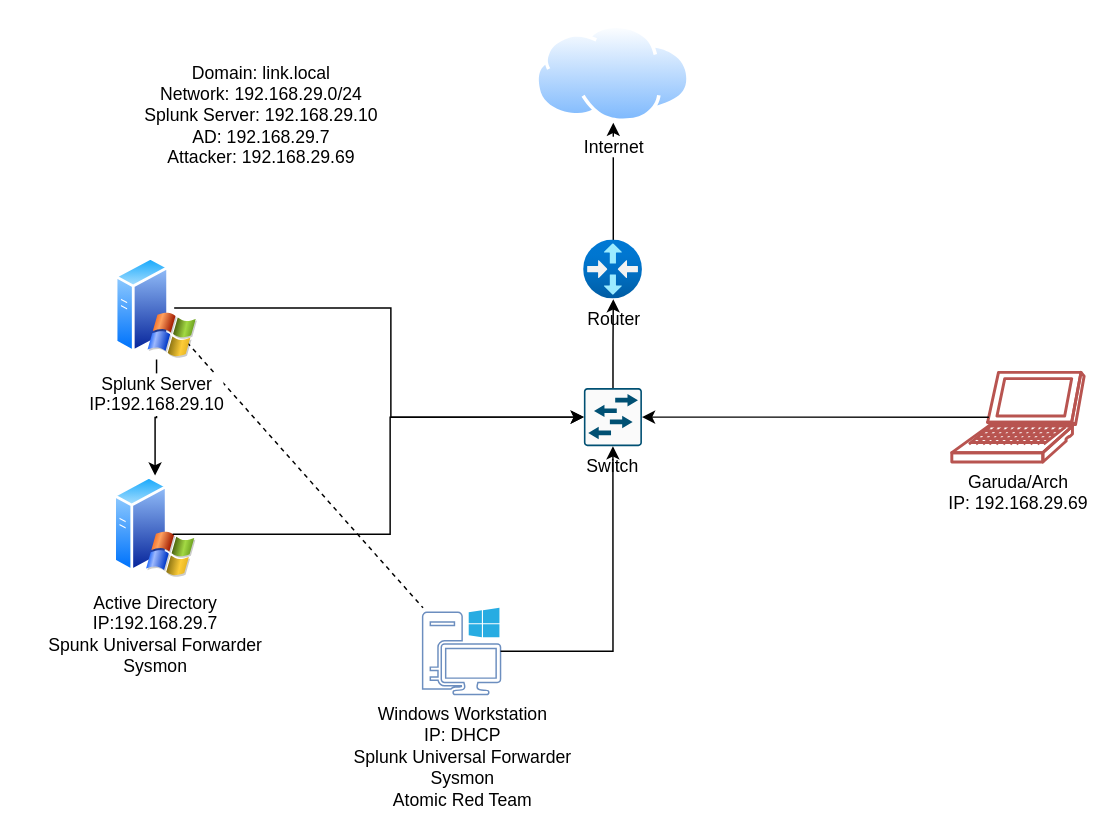
This is AD.drawio from uhtred-X/Visuals, a draw.io file, before an edit. Source tidied: cells renumbered, new cells numbered last; positions are measured from the earlier drawing's top-left corner, leaving out a move shared by most shapes. Both pictures are drawn from the tidied source at 147%, with x=0, y=0 at pixel (113, 25).
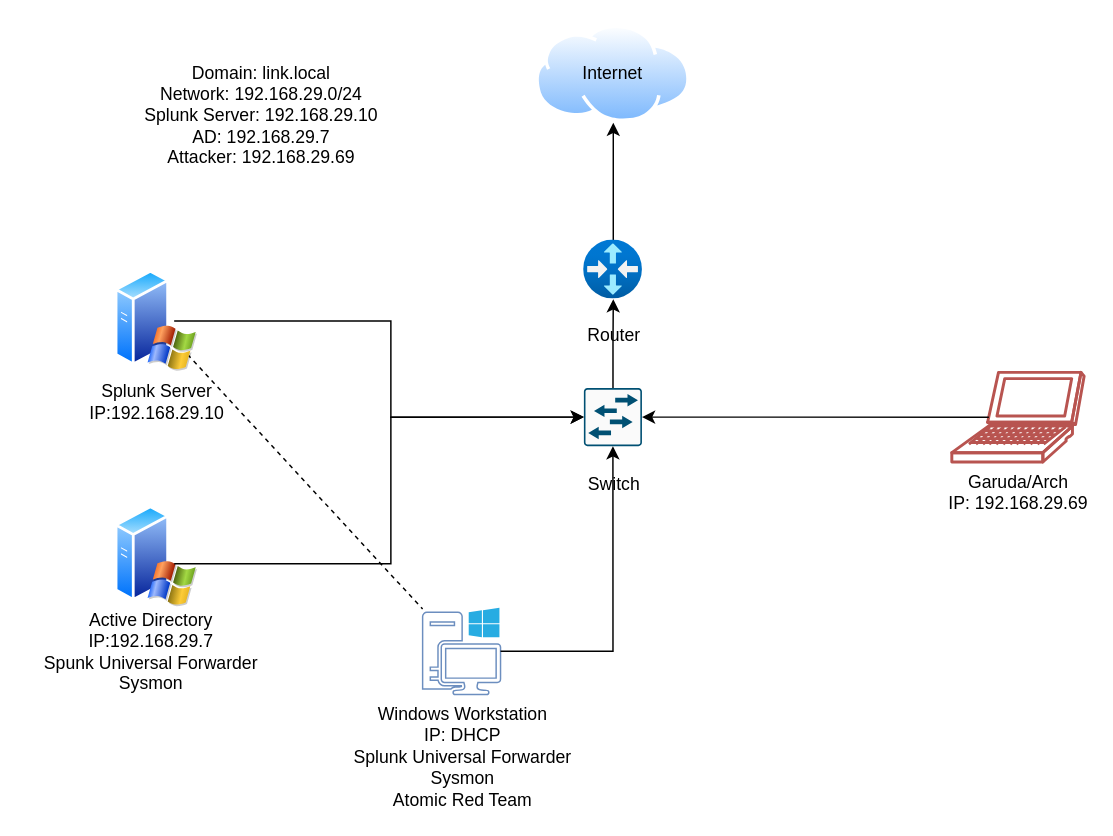
Above is the later version.

What changed in the source:
```diff
@@
-    <mxCell id="3" style="edgeStyle=orthogonalEdgeStyle;rounded=0;jettySize=auto;html=1;" parent="1" edge="1" source="4" target="6">
-      <mxGeometry relative="1" as="geometry" />
-    </mxCell>
-    <mxCell id="4" value="&lt;div&gt;Splunk Server&lt;/div&gt;&lt;div&gt;IP:192.168.29.10&lt;br&gt;&lt;/div&gt;" style="image;perimeter=ellipsePerimeter;html=1;align=center;shadow=0;dashed=0;spacingTop=3;image=img/lib/active_directory/windows_server_2.svg;" parent="1" vertex="1">
-      <mxGeometry x="1" y="157" width="56" height="70" as="geometry" />
+    <mxCell id="4" style="image;perimeter=ellipsePerimeter;html=1;align=center;shadow=0;dashed=0;spacingTop=3;image=img/lib/active_directory/windows_server_2.svg;" parent="1" vertex="1">
+      <mxGeometry x="1" y="165.8" width="56" height="70" as="geometry" />
     </mxCell>
@@
-    <mxCell id="6" value="&lt;div&gt;Active Directory&lt;/div&gt;&lt;div&gt;IP:192.168.29.7&lt;br&gt;&lt;/div&gt;&lt;div&gt;Spunk Universal Forwarder&lt;/div&gt;&lt;div&gt;Sysmon&lt;/div&gt;&lt;div&gt;&lt;br&gt;&lt;/div&gt;" style="image;perimeter=ellipsePerimeter;html=1;align=center;shadow=0;dashed=0;spacingTop=3;image=img/lib/active_directory/windows_server_2.svg;" parent="1" vertex="1">
-      <mxGeometry y="306" width="56" height="70" as="geometry" />
+    <mxCell id="6" style="image;perimeter=ellipsePerimeter;html=1;align=center;shadow=0;dashed=0;spacingTop=3;image=img/lib/active_directory/windows_server_2.svg;imageBackground=none;" parent="1" vertex="1">
+      <mxGeometry x="1" y="326" width="56" height="70" as="geometry" />
     </mxCell>
@@
-    <mxCell id="10" value="Router" style="image;html=1;points=[];align=center;fontSize=12;image=img/lib/azure2/networking/Virtual_Router.svg;" parent="1" vertex="1">
+    <mxCell id="10" style="image;html=1;points=[];align=center;fontSize=12;image=img/lib/azure2/networking/Virtual_Router.svg;" parent="1" vertex="1">
       <mxGeometry x="319.7" y="146" width="40" height="40" as="geometry" />
     </mxCell>
-    <mxCell id="11" value="Switch" style="sketch=0;points=[[0.015,0.015,0],[0.985,0.015,0],[0.985,0.985,0],[0.015,0.985,0],[0.25,0,0],[0.5,0,0],[0.75,0,0],[1,0.25,0],[1,0.5,0],[1,0.75,0],[0.75,1,0],[0.5,1,0],[0.25,1,0],[0,0.75,0],[0,0.5,0],[0,0.25,0]];verticalLabelPosition=bottom;html=1;verticalAlign=top;align=center;shape=mxgraph.cisco19.rect;prIcon=l2_switch;fillColor=#FAFAFA;strokeColor=#005073;" parent="1" vertex="1">
+    <mxCell id="11" style="sketch=0;points=[[0.015,0.015,0],[0.985,0.015,0],[0.985,0.985,0],[0.015,0.985,0],[0.25,0,0],[0.5,0,0],[0.75,0,0],[1,0.25,0],[1,0.5,0],[1,0.75,0],[0.75,1,0],[0.5,1,0],[0.25,1,0],[0,0.75,0],[0,0.5,0],[0,0.25,0]];verticalLabelPosition=bottom;html=1;verticalAlign=top;align=center;shape=mxgraph.cisco19.rect;prIcon=l2_switch;fillColor=#FAFAFA;strokeColor=#005073;" parent="1" vertex="1">
       <mxGeometry x="319.7" y="246.5" width="39.5" height="39.5" as="geometry" />
     </mxCell>
-    <mxCell id="12" value="Internet" style="image;perimeter=ellipsePerimeter;html=1;align=center;shadow=0;dashed=0;spacingTop=3;image=img/lib/active_directory/internet_cloud.svg;" parent="1" vertex="1">
+    <mxCell id="12" style="image;perimeter=ellipsePerimeter;html=1;align=center;shadow=0;dashed=0;spacingTop=3;image=img/lib/active_directory/internet_cloud.svg;" parent="1" vertex="1">
       <mxGeometry x="287.1" y="-0.3" width="105.2" height="66.3" as="geometry" />
     </mxCell>
@@
+    <mxCell id="19" value="&lt;div&gt;Active Directory&lt;/div&gt;&lt;div&gt;IP:192.168.29.7&lt;br&gt;&lt;/div&gt;&lt;div&gt;Spunk Universal Forwarder&lt;/div&gt;&lt;div&gt;Sysmon&lt;br&gt;&lt;/div&gt;" style="text;html=1;align=center;verticalAlign=middle;strokeColor=none;fillColor=none;" parent="1" vertex="1">
+      <mxGeometry x="-60" y="390.5" width="170" height="70" as="geometry" />
+    </mxCell>
+    <mxCell id="20" value="&lt;div&gt;Splunk Server&lt;/div&gt;&lt;div&gt;IP:192.168.29.10&lt;br&gt;&lt;/div&gt;" style="text;html=1;align=center;verticalAlign=middle;strokeColor=none;fillColor=none;" parent="1" vertex="1">
+      <mxGeometry x="-26" y="235.8" width="110" height="40" as="geometry" />
+    </mxCell>
+    <mxCell id="21" value="Internet" style="text;html=1;align=center;verticalAlign=middle;strokeColor=none;fillColor=none;" parent="1" vertex="1">
+      <mxGeometry x="309.4" y="17.9" width="60" height="30" as="geometry" />
+    </mxCell>
+    <mxCell id="22" value="Router" style="text;html=1;align=center;verticalAlign=middle;strokeColor=none;fillColor=none;" parent="1" vertex="1">
+      <mxGeometry x="309.7" y="196" width="60" height="30" as="geometry" />
+    </mxCell>
+    <mxCell id="23" value="Switch" style="text;html=1;align=center;verticalAlign=middle;strokeColor=none;fillColor=none;" parent="1" vertex="1">
+      <mxGeometry x="309.7" y="296.8" width="60" height="30" as="geometry" />
+    </mxCell>
```
